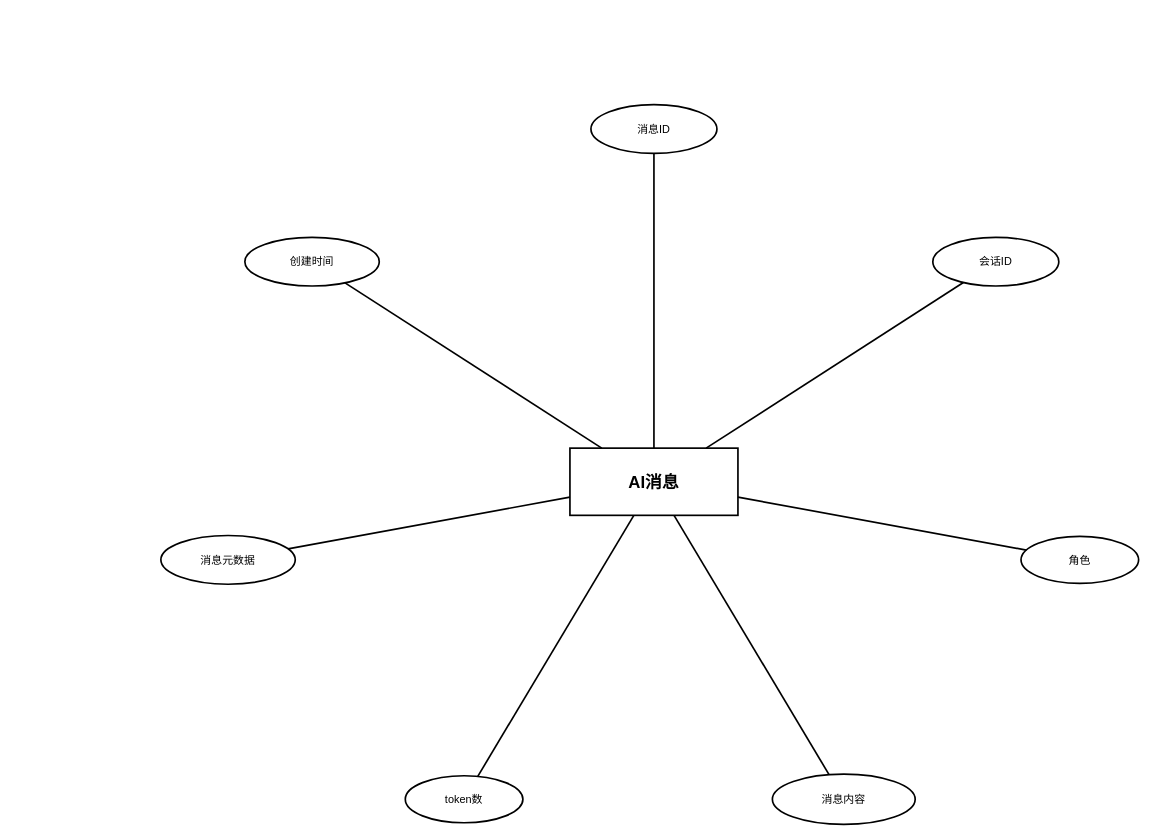
Earlier version of the draw.io diagram DOCS/thesis/figures/entity-diagrams/ai_messages/ai_messages_entity.drawio (612cs/TrailQuest). Source tidied: cells renumbered, new cells numbered last; positions are measured from the earlier drawing's top-left corner, leaving out a move shared by most shapes. Both pictures are drawn from the tidied source at 84%, with x=0, y=0 at pixel (160, 104).
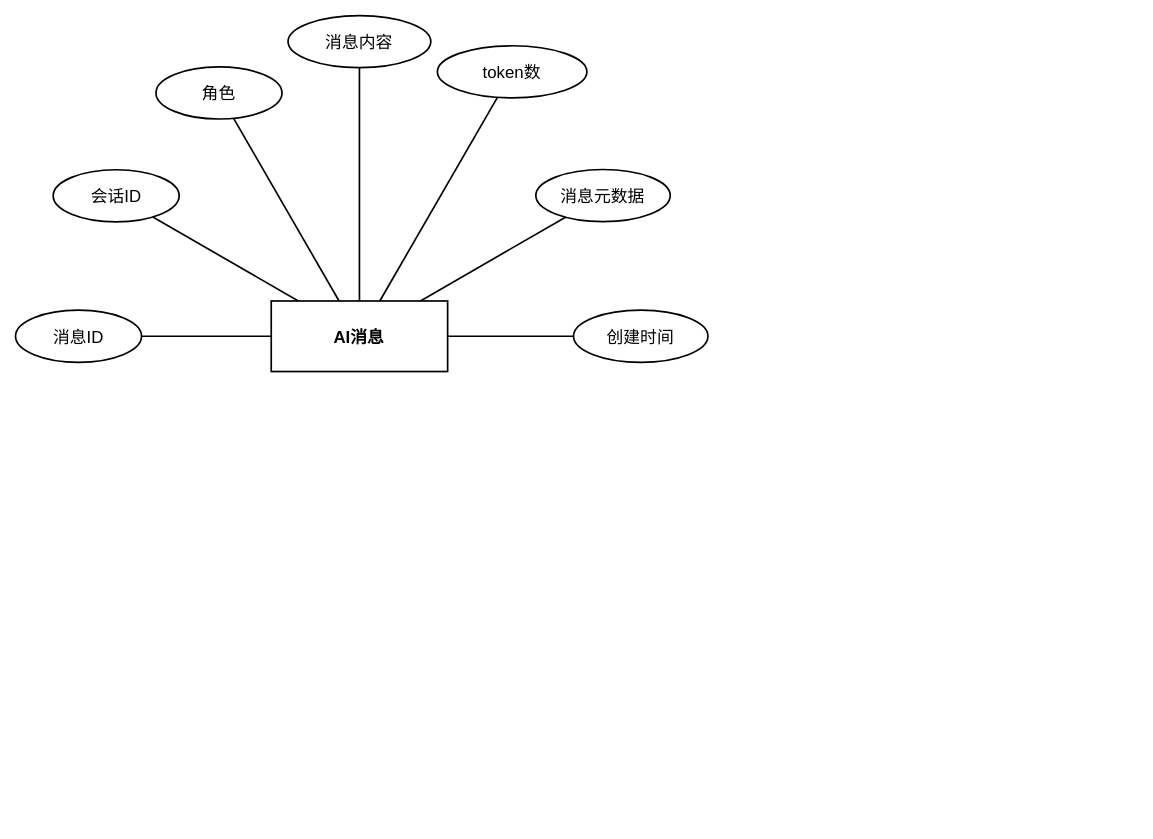
The same diagram, later.

Diff of the diagram source:
```diff
@@
 <mxGraphModel>
   <root>
     <mxCell id="0" />
     <mxCell id="1" parent="0" />
-    <mxCell id="2" value="AI消息" style="rounded=0;whiteSpace=wrap;html=1;fillColor=#ffffff;strokeColor=#000000;fontColor=#000000;fontFamily=Arial;fontSize=20;fontStyle=1;align=center;verticalAlign=middle;strokeWidth=2;" parent="1" vertex="1">
-      <mxGeometry x="487" y="409" width="200" height="80" as="geometry" />
+    <mxCell id="2" value="AI消息" style="rounded=0;whiteSpace=wrap;html=1;fillColor=none;strokeColor=#000000;fontColor=#000000;fontFamily=Arial;fontSize=20;fontStyle=1;align=center;verticalAlign=middle;strokeWidth=2;gradientColor=none;shadow=0;glass=0;" parent="1" vertex="1">
+      <mxGeometry x="131.4" y="233.8" width="210" height="84" as="geometry" />
     </mxCell>
-    <mxCell id="3" value="消息ID" style="ellipse;whiteSpace=wrap;html=1;fillColor=#ffffff;strokeColor=#000000;fontColor=#000000;fontFamily=Arial;fontSize=13;align=center;verticalAlign=middle;strokeWidth=2;" parent="1" vertex="1">
-      <mxGeometry x="512" width="150" height="58" as="geometry" />
+    <mxCell id="3" value="消息ID" style="ellipse;whiteSpace=wrap;html=1;fillColor=none;strokeColor=#000000;fontColor=#000000;fontFamily=Arial;fontSize=20;align=center;verticalAlign=middle;strokeWidth=2;gradientColor=none;shadow=0;glass=0;" parent="1" vertex="1">
+      <mxGeometry x="-173" y="244.8" width="150" height="62" as="geometry" />
     </mxCell>
-    <mxCell id="4" value="会话ID" style="ellipse;whiteSpace=wrap;html=1;fillColor=#ffffff;strokeColor=#000000;fontColor=#000000;fontFamily=Arial;fontSize=13;align=center;verticalAlign=middle;strokeWidth=2;" parent="1" vertex="1">
-      <mxGeometry x="919" y="158" width="150" height="58" as="geometry" />
+    <mxCell id="4" value="会话ID" style="ellipse;whiteSpace=wrap;html=1;fillColor=none;strokeColor=#000000;fontColor=#000000;fontFamily=Arial;fontSize=20;align=center;verticalAlign=middle;strokeWidth=2;gradientColor=none;shadow=0;glass=0;" parent="1" vertex="1">
+      <mxGeometry x="-128.2" y="77.6" width="150" height="62" as="geometry" />
     </mxCell>
-    <mxCell id="5" value="角色" style="ellipse;whiteSpace=wrap;html=1;fillColor=#ffffff;strokeColor=#000000;fontColor=#000000;fontFamily=Arial;fontSize=13;align=center;verticalAlign=middle;strokeWidth=2;" parent="1" vertex="1">
-      <mxGeometry x="1024" y="514" width="140" height="56" as="geometry" />
+    <mxCell id="5" value="角色" style="ellipse;whiteSpace=wrap;html=1;fillColor=none;strokeColor=#000000;fontColor=#000000;fontFamily=Arial;fontSize=20;align=center;verticalAlign=middle;strokeWidth=2;gradientColor=none;shadow=0;glass=0;" parent="1" vertex="1">
+      <mxGeometry x="-5.8" y="-44.8" width="150" height="62" as="geometry" />
     </mxCell>
-    <mxCell id="6" value="消息内容" style="ellipse;whiteSpace=wrap;html=1;fillColor=#ffffff;strokeColor=#000000;fontColor=#000000;fontFamily=Arial;fontSize=13;align=center;verticalAlign=middle;strokeWidth=2;" parent="1" vertex="1">
-      <mxGeometry x="728" y="797" width="170" height="60" as="geometry" />
+    <mxCell id="6" value="消息内容" style="ellipse;whiteSpace=wrap;html=1;fillColor=none;strokeColor=#000000;fontColor=#000000;fontFamily=Arial;fontSize=20;align=center;verticalAlign=middle;strokeWidth=2;gradientColor=none;shadow=0;glass=0;" parent="1" vertex="1">
+      <mxGeometry x="151.4" y="-106" width="170" height="62" as="geometry" />
     </mxCell>
-    <mxCell id="7" value="token数" style="ellipse;whiteSpace=wrap;html=1;fillColor=#ffffff;strokeColor=#000000;fontColor=#000000;fontFamily=Arial;fontSize=13;align=center;verticalAlign=middle;strokeWidth=2;" parent="1" vertex="1">
-      <mxGeometry x="291" y="799" width="140" height="56" as="geometry" />
+    <mxCell id="7" value="token数" style="ellipse;whiteSpace=wrap;html=1;fillColor=none;strokeColor=#000000;fontColor=#000000;fontFamily=Arial;fontSize=20;align=center;verticalAlign=middle;strokeWidth=2;gradientColor=none;shadow=0;glass=0;" parent="1" vertex="1">
+      <mxGeometry x="329.2" y="-70" width="178" height="62" as="geometry" />
     </mxCell>
-    <mxCell id="8" value="消息元数据" style="ellipse;whiteSpace=wrap;html=1;fillColor=#ffffff;strokeColor=#000000;fontColor=#000000;fontFamily=Arial;fontSize=13;align=center;verticalAlign=middle;strokeWidth=2;" parent="1" vertex="1">
-      <mxGeometry y="513" width="160" height="58" as="geometry" />
+    <mxCell id="8" value="消息元数据" style="ellipse;whiteSpace=wrap;html=1;fillColor=none;strokeColor=#000000;fontColor=#000000;fontFamily=Arial;fontSize=20;align=center;verticalAlign=middle;strokeWidth=2;gradientColor=none;shadow=0;glass=0;" parent="1" vertex="1">
+      <mxGeometry x="446.4" y="77.3" width="160" height="62" as="geometry" />
     </mxCell>
-    <mxCell id="9" value="创建时间" style="ellipse;whiteSpace=wrap;html=1;fillColor=#ffffff;strokeColor=#000000;fontColor=#000000;fontFamily=Arial;fontSize=13;align=center;verticalAlign=middle;strokeWidth=2;" parent="1" vertex="1">
-      <mxGeometry x="100" y="158" width="160" height="58" as="geometry" />
+    <mxCell id="9" value="创建时间" style="ellipse;whiteSpace=wrap;html=1;fillColor=none;strokeColor=#000000;fontColor=#000000;fontFamily=Arial;fontSize=20;align=center;verticalAlign=middle;strokeWidth=2;gradientColor=none;shadow=0;glass=0;" parent="1" vertex="1">
+      <mxGeometry x="491.3" y="244.8" width="160" height="62" as="geometry" />
     </mxCell>
     <mxCell id="10" style="endArrow=none;html=1;rounded=0;strokeColor=#000000;strokeWidth=2;" parent="1" edge="1" source="2" target="3">
       <mxGeometry relative="1" as="geometry" />
     </mxCell>
     <mxCell id="11" style="endArrow=none;html=1;rounded=0;strokeColor=#000000;strokeWidth=2;" parent="1" edge="1" source="2" target="4">
       <mxGeometry relative="1" as="geometry" />
     </mxCell>
     <mxCell id="12" style="endArrow=none;html=1;rounded=0;strokeColor=#000000;strokeWidth=2;" parent="1" edge="1" source="2" target="5">
       <mxGeometry relative="1" as="geometry" />
     </mxCell>
     <mxCell id="13" style="endArrow=none;html=1;rounded=0;strokeColor=#000000;strokeWidth=2;" parent="1" edge="1" source="2" target="6">
       <mxGeometry relative="1" as="geometry" />
     </mxCell>
     <mxCell id="14" style="endArrow=none;html=1;rounded=0;strokeColor=#000000;strokeWidth=2;" parent="1" edge="1" source="2" target="7">
       <mxGeometry relative="1" as="geometry" />
     </mxCell>
     <mxCell id="15" style="endArrow=none;html=1;rounded=0;strokeColor=#000000;strokeWidth=2;" parent="1" edge="1" source="2" target="8">
       <mxGeometry relative="1" as="geometry" />
     </mxCell>
     <mxCell id="16" style="endArrow=none;html=1;rounded=0;strokeColor=#000000;strokeWidth=2;" parent="1" edge="1" source="2" target="9">
       <mxGeometry relative="1" as="geometry" />
     </mxCell>
   </root>
 </mxGraphModel>
```
